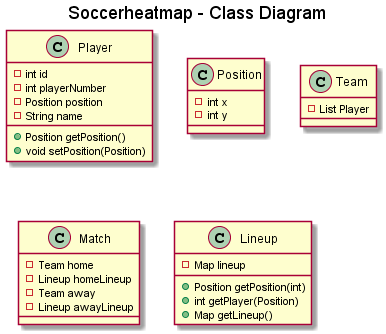
This is backend/out/classmodel/Soccerheatmap - Class Diagram.png from Eli-Anderson/SoccerHeatmap, a PlantUML export, as it was before one commit.
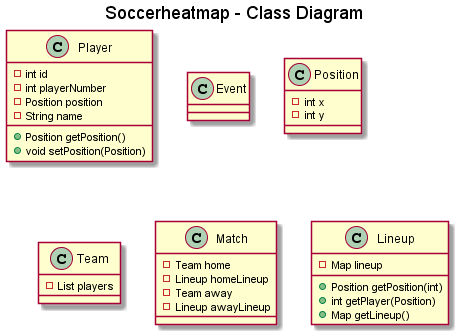
Later version of the same file.

Change to the diagram source:
```diff
@@ -1,30 +1,41 @@
 @startuml
+
 title Soccerheatmap - Class Diagram
+
 class Player {
   -int id
   -int playerNumber
   -Position position
   -String name
+
   +Position getPosition()
   +void setPosition(Position)
+}
+class Event {
+
 }
 class Position {
 -int x
 -int y
 }
+
 class Team {
--List Player
+-List players
 }
+
 class Match {
 -Team home
 -Lineup homeLineup
 -Team away
 -Lineup awayLineup
 }
+
 class Lineup {
 -Map lineup
+
 +Position getPosition(int)
 +int getPlayer(Position)
 +Map getLineup()
 }
+
 @enduml
```
